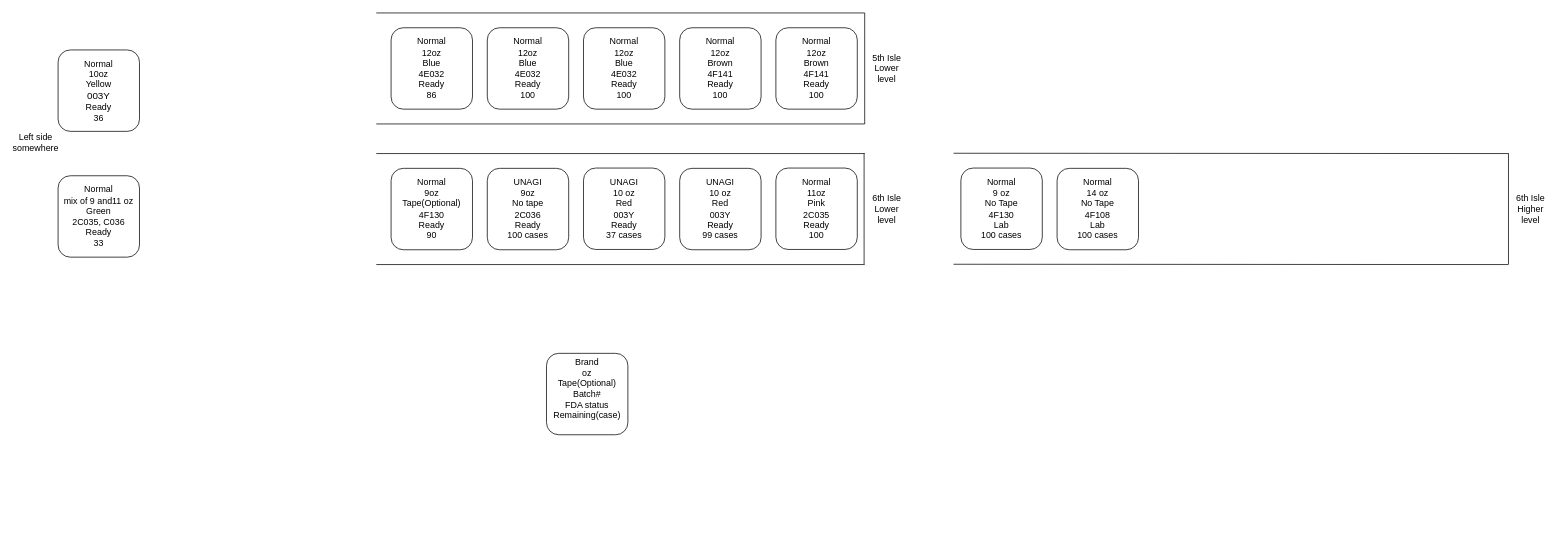
Before: warehouse_layout_tmp/warehouse_layout.drawio in honchingli/Fall2025-Spring2026, a draw.io diagram. Source tidied: cells renumbered, new cells numbered last; positions are measured from the earlier drawing's top-left corner, leaving out a move shared by most shapes. Both pictures are drawn from the tidied source at 74%, with x=0, y=0 at pixel (13, 13).
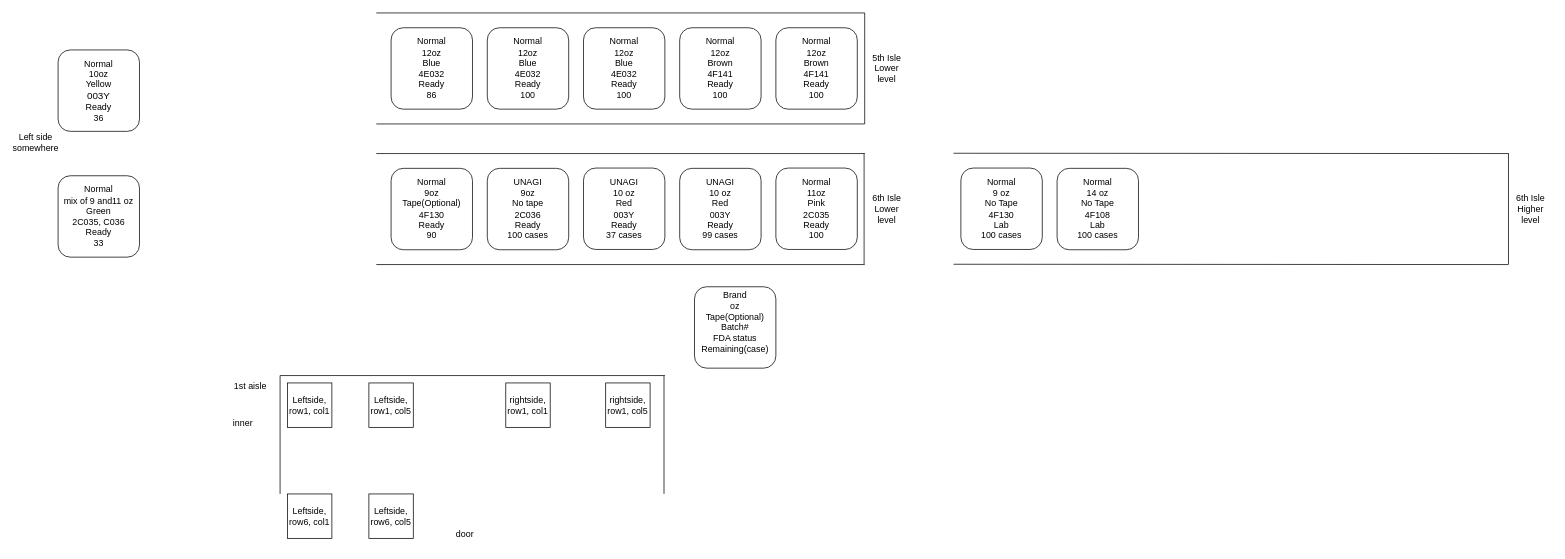
Above is the later version.

Change to the diagram source:
```diff
@@
     <mxCell id="4" value="Brand&lt;div&gt;oz&lt;/div&gt;&lt;div&gt;Tape(Optional)&lt;/div&gt;&lt;div&gt;Batch#&lt;/div&gt;&lt;div&gt;FDA status&lt;/div&gt;&lt;div&gt;Remaining(case)&lt;/div&gt;&lt;div&gt;&lt;br&gt;&lt;/div&gt;" style="rounded=1;whiteSpace=wrap;html=1;" parent="1" vertex="1">
-      <mxGeometry x="720" y="460" width="110" height="110" as="geometry" />
+      <mxGeometry x="920" y="370" width="110" height="110" as="geometry" />
     </mxCell>
@@
+    <mxCell id="30" style="endArrow=none;html=1;rounded=0;" parent="1" edge="1">
+      <mxGeometry relative="1" as="geometry">
+        <mxPoint x="360" y="650" as="sourcePoint" />
+        <mxPoint x="360" y="490" as="targetPoint" />
+      </mxGeometry>
+    </mxCell>
+    <mxCell id="31" style="endArrow=none;html=1;rounded=0;" parent="1" edge="1">
+      <mxGeometry relative="1" as="geometry">
+        <mxPoint x="360" y="490" as="sourcePoint" />
+        <mxPoint x="880" y="490" as="targetPoint" />
+      </mxGeometry>
+    </mxCell>
+    <mxCell id="32" style="endArrow=none;html=1;rounded=0;" parent="1" edge="1">
+      <mxGeometry relative="1" as="geometry">
+        <mxPoint x="878.8" y="490" as="sourcePoint" />
+        <mxPoint x="878.8" y="650" as="targetPoint" />
+      </mxGeometry>
+    </mxCell>
+    <mxCell id="33" value="door" style="text;html=1;whiteSpace=wrap;strokeColor=none;fillColor=none;align=center;verticalAlign=middle;rounded=0;" parent="1" vertex="1">
+      <mxGeometry x="580" y="690" width="60" height="30" as="geometry" />
+    </mxCell>
+    <mxCell id="34" value="1st aisle" style="text;html=1;whiteSpace=wrap;strokeColor=none;fillColor=none;align=center;verticalAlign=middle;rounded=0;" parent="1" vertex="1">
+      <mxGeometry x="290" y="490" width="60" height="30" as="geometry" />
+    </mxCell>
+    <mxCell id="35" value="&lt;div&gt;&lt;span style=&quot;background-color: transparent; color: light-dark(rgb(0, 0, 0), rgb(255, 255, 255));&quot;&gt;inner&lt;/span&gt;&lt;/div&gt;" style="text;html=1;whiteSpace=wrap;strokeColor=none;fillColor=none;align=center;verticalAlign=middle;rounded=0;" parent="1" vertex="1">
+      <mxGeometry x="280" y="540" width="60" height="30" as="geometry" />
+    </mxCell>
+    <mxCell id="36" value="&lt;div&gt;Leftside, row1, col1&lt;/div&gt;" style="rounded=0;whiteSpace=wrap;html=1;" parent="1" vertex="1">
+      <mxGeometry x="370" y="500" width="60" height="60" as="geometry" />
+    </mxCell>
+    <mxCell id="37" value="&lt;div&gt;rightside, row1, col1&lt;/div&gt;" style="rounded=0;whiteSpace=wrap;html=1;" parent="1" vertex="1">
+      <mxGeometry x="665" y="500" width="60" height="60" as="geometry" />
+    </mxCell>
+    <mxCell id="38" value="&lt;div&gt;rightside, row1, col5&lt;/div&gt;" style="rounded=0;whiteSpace=wrap;html=1;" parent="1" vertex="1">
+      <mxGeometry x="800" y="500" width="60" height="60" as="geometry" />
+    </mxCell>
+    <mxCell id="39" value="&lt;div&gt;Leftside, row1, col5&lt;/div&gt;" style="rounded=0;whiteSpace=wrap;html=1;" parent="1" vertex="1">
+      <mxGeometry x="480" y="500" width="60" height="60" as="geometry" />
+    </mxCell>
+    <mxCell id="40" value="&lt;div&gt;Leftside, row6, col1&lt;/div&gt;" style="rounded=0;whiteSpace=wrap;html=1;" parent="1" vertex="1">
+      <mxGeometry x="370" y="650" width="60" height="60" as="geometry" />
+    </mxCell>
+    <mxCell id="41" value="&lt;div&gt;Leftside, row6, col5&lt;/div&gt;" style="rounded=0;whiteSpace=wrap;html=1;" parent="1" vertex="1">
+      <mxGeometry x="480" y="650" width="60" height="60" as="geometry" />
+    </mxCell>
```
